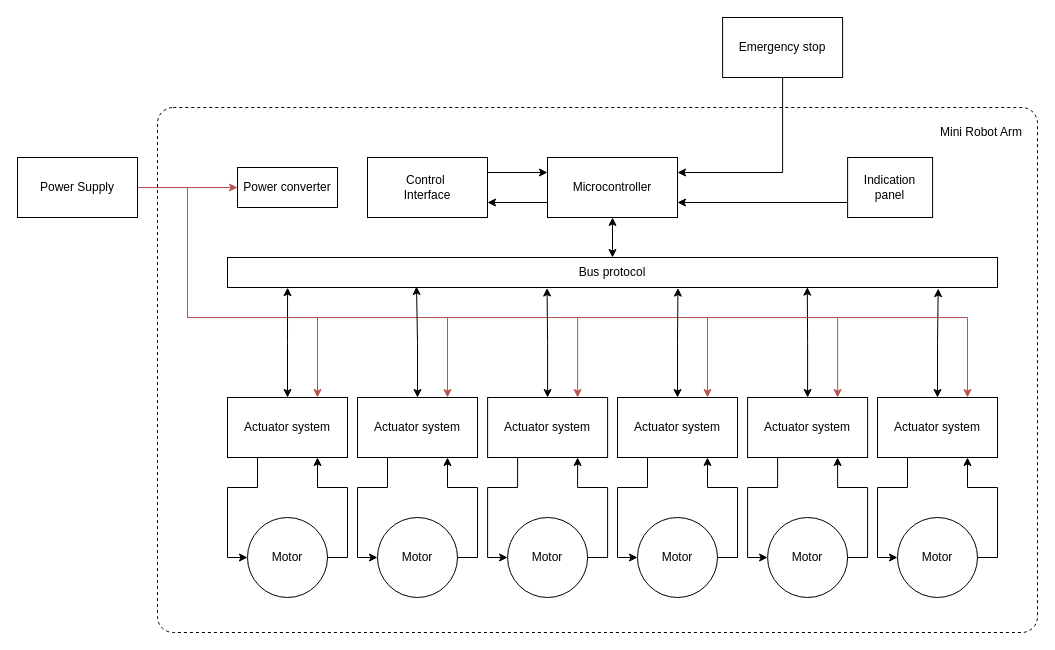
Earlier version of the draw.io diagram Src/extra/Main control system.drawio (foxybbb/diploma-bachelor). Source tidied: cells renumbered, new cells numbered last; positions are measured from the earlier drawing's top-left corner, leaving out a move shared by most shapes. Both pictures are drawn from the tidied source at 100%, with x=0, y=0 at pixel (17, 17).
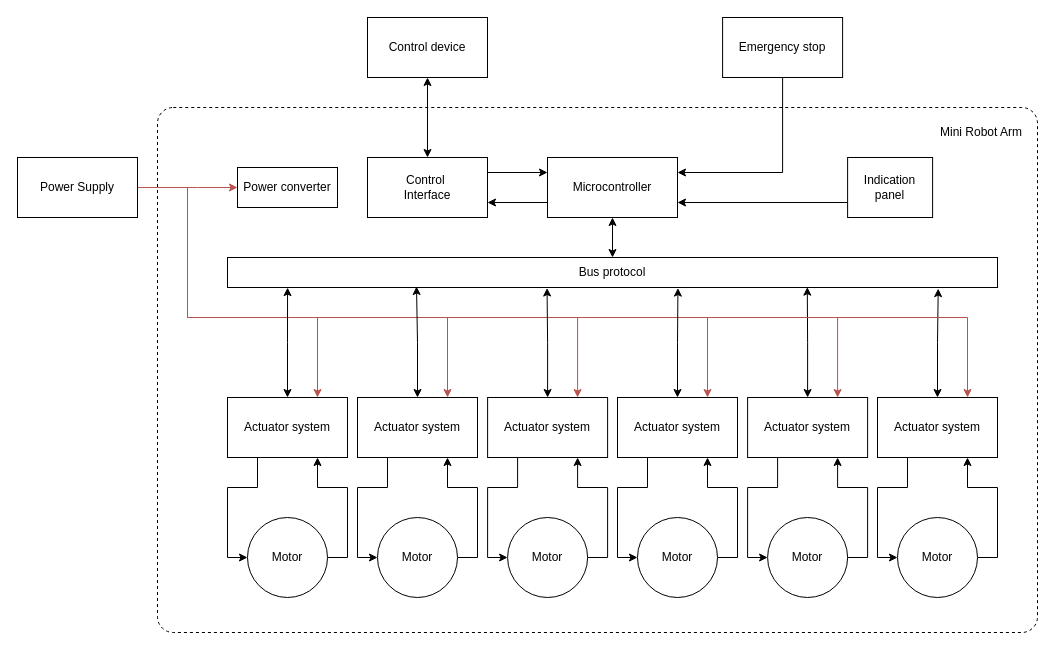
After the change.

The change refers to these unchanged cells:
```xml
<mxCell id="10" value="&lt;div&gt;Control&amp;nbsp;&lt;/div&gt;&lt;div&gt;Interface&lt;/div&gt;" style="rounded=0;whiteSpace=wrap;html=1;" parent="1" vertex="1">
  <mxGeometry x="350" y="140" width="120" height="60" as="geometry" />
</mxCell>
```

Change to the diagram source:
```diff
@@
+    <mxCell id="55" style="edgeStyle=orthogonalEdgeStyle;rounded=0;jettySize=auto;html=1;exitX=0.5;exitY=1;exitDx=0;exitDy=0;startArrow=classic;startFill=1;" parent="1" edge="1" source="56" target="10">
+      <mxGeometry relative="1" as="geometry" />
+    </mxCell>
+    <mxCell id="56" value="Control device" style="rounded=0;whiteSpace=wrap;html=1;" parent="1" vertex="1">
+      <mxGeometry x="350" width="120" height="60" as="geometry" />
+    </mxCell>
```
